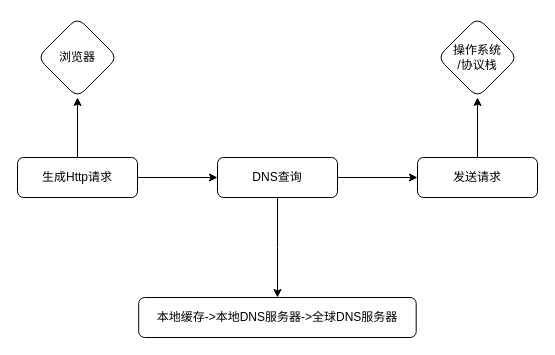
Earlier version of the draw.io diagram 未命名绘图.drawio (MrXnneHang/drawio). Source tidied: cells renumbered, new cells numbered last; positions are measured from the earlier drawing's top-left corner, leaving out a move shared by most shapes. Both pictures are drawn from the tidied source at 100%, with x=0, y=0 at pixel (17, 17).
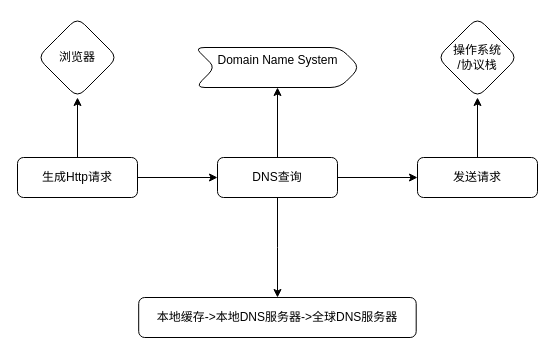
Above is the later version.

Diff of the diagram source:
```diff
@@
 <mxGraphModel>
   <root>
     <mxCell id="0" />
     <mxCell id="1" parent="0" />
     <mxCell id="2" style="edgeStyle=orthogonalEdgeStyle;rounded=0;jettySize=auto;html=1;" parent="1" edge="1" source="4" target="7">
       <mxGeometry relative="1" as="geometry" />
     </mxCell>
     <mxCell id="3" style="edgeStyle=orthogonalEdgeStyle;rounded=0;jettySize=auto;html=1;" parent="1" edge="1" source="4" target="10">
       <mxGeometry relative="1" as="geometry" />
     </mxCell>
     <mxCell id="4" value="生成Http请求" style="rounded=1;whiteSpace=wrap;html=1;fontSize=12;glass=0;strokeWidth=1;shadow=0;" parent="1" vertex="1">
       <mxGeometry y="140" width="120" height="40" as="geometry" />
     </mxCell>
     <mxCell id="5" style="edgeStyle=orthogonalEdgeStyle;rounded=0;jettySize=auto;html=1;" parent="1" edge="1" source="7" target="9">
       <mxGeometry relative="1" as="geometry" />
     </mxCell>
     <mxCell id="6" style="edgeStyle=orthogonalEdgeStyle;rounded=0;jettySize=auto;html=1;" parent="1" edge="1" source="7" target="12">
       <mxGeometry relative="1" as="geometry" />
     </mxCell>
+    <mxCell id="13" style="edgeStyle=orthogonalEdgeStyle;rounded=0;jettySize=auto;html=1;" parent="1" edge="1" source="7" target="14">
+      <mxGeometry relative="1" as="geometry" />
+    </mxCell>
     <mxCell id="7" value="DNS查询" style="rounded=1;whiteSpace=wrap;html=1;fontSize=12;glass=0;strokeWidth=1;shadow=0;" parent="1" vertex="1">
       <mxGeometry x="200" y="140" width="120" height="40" as="geometry" />
     </mxCell>
     <mxCell id="8" style="edgeStyle=orthogonalEdgeStyle;rounded=0;jettySize=auto;html=1;" parent="1" edge="1" source="9" target="11">
       <mxGeometry relative="1" as="geometry" />
     </mxCell>
     <mxCell id="9" value="发送请求" style="rounded=1;whiteSpace=wrap;html=1;fontSize=12;glass=0;strokeWidth=1;shadow=0;" parent="1" vertex="1">
       <mxGeometry x="400" y="140" width="120" height="40" as="geometry" />
     </mxCell>
     <mxCell id="10" value="浏览器" style="rhombus;whiteSpace=wrap;html=1;rounded=1;glass=0;strokeWidth=1;shadow=0;" parent="1" vertex="1">
       <mxGeometry x="20" width="80" height="80" as="geometry" />
     </mxCell>
     <mxCell id="11" value="操作系统&lt;div&gt;/协议栈&lt;/div&gt;" style="rhombus;whiteSpace=wrap;html=1;rounded=1;glass=0;strokeWidth=1;shadow=0;" parent="1" vertex="1">
       <mxGeometry x="420" width="80" height="80" as="geometry" />
     </mxCell>
     <mxCell id="12" value="本地缓存-&amp;gt;本地DNS服务器-&amp;gt;全球DNS服务器" style="rounded=1;whiteSpace=wrap;html=1;fontSize=12;glass=0;strokeWidth=1;shadow=0;" parent="1" vertex="1">
       <mxGeometry x="121.2" y="280" width="277.5" height="40" as="geometry" />
     </mxCell>
+    <mxCell id="14" value="&#10;Domain Name System&#10;&#10;" style="shape=step;perimeter=stepPerimeter;whiteSpace=wrap;html=1;fixedSize=1;rounded=1;glass=0;strokeWidth=1;shadow=0;" parent="1" vertex="1">
+      <mxGeometry x="177.5" y="30" width="165" height="40" as="geometry" />
+    </mxCell>
   </root>
 </mxGraphModel>
```
